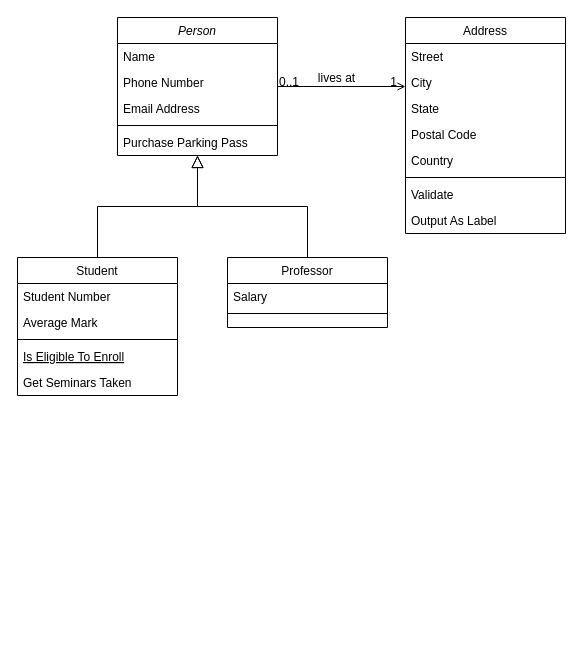
Earlier version of the draw.io diagram テスト.drawio (sabanishi/BoxChan). Source tidied: cells renumbered, new cells numbered last; positions are measured from the earlier drawing's top-left corner, leaving out a move shared by most shapes. Both pictures are drawn from the tidied source at 100%, with x=0, y=0 at pixel (17, 17).
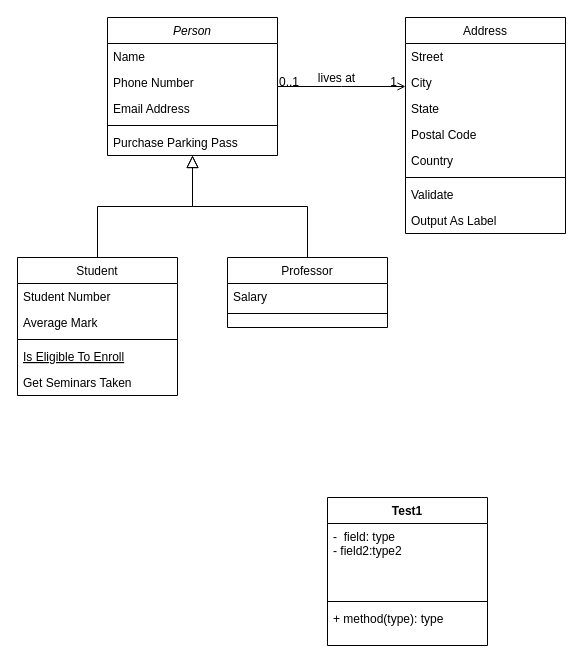
Above is the later version.

Commit message:
テスト.drawio を更新します

Change to the diagram source:
```diff
@@
     <mxCell id="2" value="Person" style="swimlane;fontStyle=2;align=center;verticalAlign=top;horizontal=1;startSize=26;rounded=0;shadow=0;strokeWidth=1;" parent="1" vertex="1">
-      <mxGeometry x="100" width="160" height="138" as="geometry" />
+      <mxGeometry x="90" width="170" height="138" as="geometry" />
     </mxCell>
     <mxCell id="3" value="Name" style="text;align=left;verticalAlign=top;spacingLeft=4;spacingRight=4;overflow=hidden;" parent="2" vertex="1">
-      <mxGeometry y="26" width="160" height="26" as="geometry" />
+      <mxGeometry y="26" width="170" height="26" as="geometry" />
     </mxCell>
     <mxCell id="4" value="Phone Number" style="text;align=left;verticalAlign=top;spacingLeft=4;spacingRight=4;overflow=hidden;rounded=0;shadow=0;html=0;" parent="2" vertex="1">
-      <mxGeometry y="52" width="160" height="26" as="geometry" />
+      <mxGeometry y="52" width="170" height="26" as="geometry" />
     </mxCell>
     <mxCell id="5" value="Email Address" style="text;align=left;verticalAlign=top;spacingLeft=4;spacingRight=4;overflow=hidden;rounded=0;shadow=0;html=0;" parent="2" vertex="1">
-      <mxGeometry y="78" width="160" height="26" as="geometry" />
+      <mxGeometry y="78" width="170" height="26" as="geometry" />
     </mxCell>
     <mxCell id="6" style="line;html=1;strokeWidth=1;align=left;verticalAlign=middle;spacingTop=-1;spacingLeft=3;spacingRight=3;labelPosition=right;" parent="2" vertex="1">
-      <mxGeometry y="104" width="160" height="8" as="geometry" />
+      <mxGeometry y="104" width="170" height="8" as="geometry" />
     </mxCell>
     <mxCell id="7" value="Purchase Parking Pass" style="text;align=left;verticalAlign=top;spacingLeft=4;spacingRight=4;overflow=hidden;" parent="2" vertex="1">
-      <mxGeometry y="112" width="160" height="26" as="geometry" />
+      <mxGeometry y="112" width="170" height="26" as="geometry" />
     </mxCell>
@@
+    <mxCell id="32" value="Test1" style="swimlane;fontStyle=1;align=center;verticalAlign=top;horizontal=1;startSize=26;whiteSpace=wrap;html=1;" parent="1" vertex="1">
+      <mxGeometry x="310" y="480" width="160" height="148" as="geometry" />
+    </mxCell>
+    <mxCell id="33" value="-&amp;nbsp; field: type&lt;br&gt;- field2:type2" style="text;strokeColor=none;fillColor=none;align=left;verticalAlign=top;spacingLeft=4;spacingRight=4;overflow=hidden;whiteSpace=wrap;html=1;" parent="32" vertex="1">
+      <mxGeometry y="26" width="160" height="74" as="geometry" />
+    </mxCell>
+    <mxCell id="34" style="line;strokeWidth=1;fillColor=none;align=left;verticalAlign=middle;spacingTop=-1;spacingLeft=3;spacingRight=3;labelPosition=right;strokeColor=inherit;" parent="32" vertex="1">
+      <mxGeometry y="100" width="160" height="8" as="geometry" />
+    </mxCell>
+    <mxCell id="35" value="+ method(type): type" style="text;strokeColor=none;fillColor=none;align=left;verticalAlign=top;spacingLeft=4;spacingRight=4;overflow=hidden;whiteSpace=wrap;html=1;" parent="32" vertex="1">
+      <mxGeometry y="108" width="160" height="40" as="geometry" />
+    </mxCell>
```
